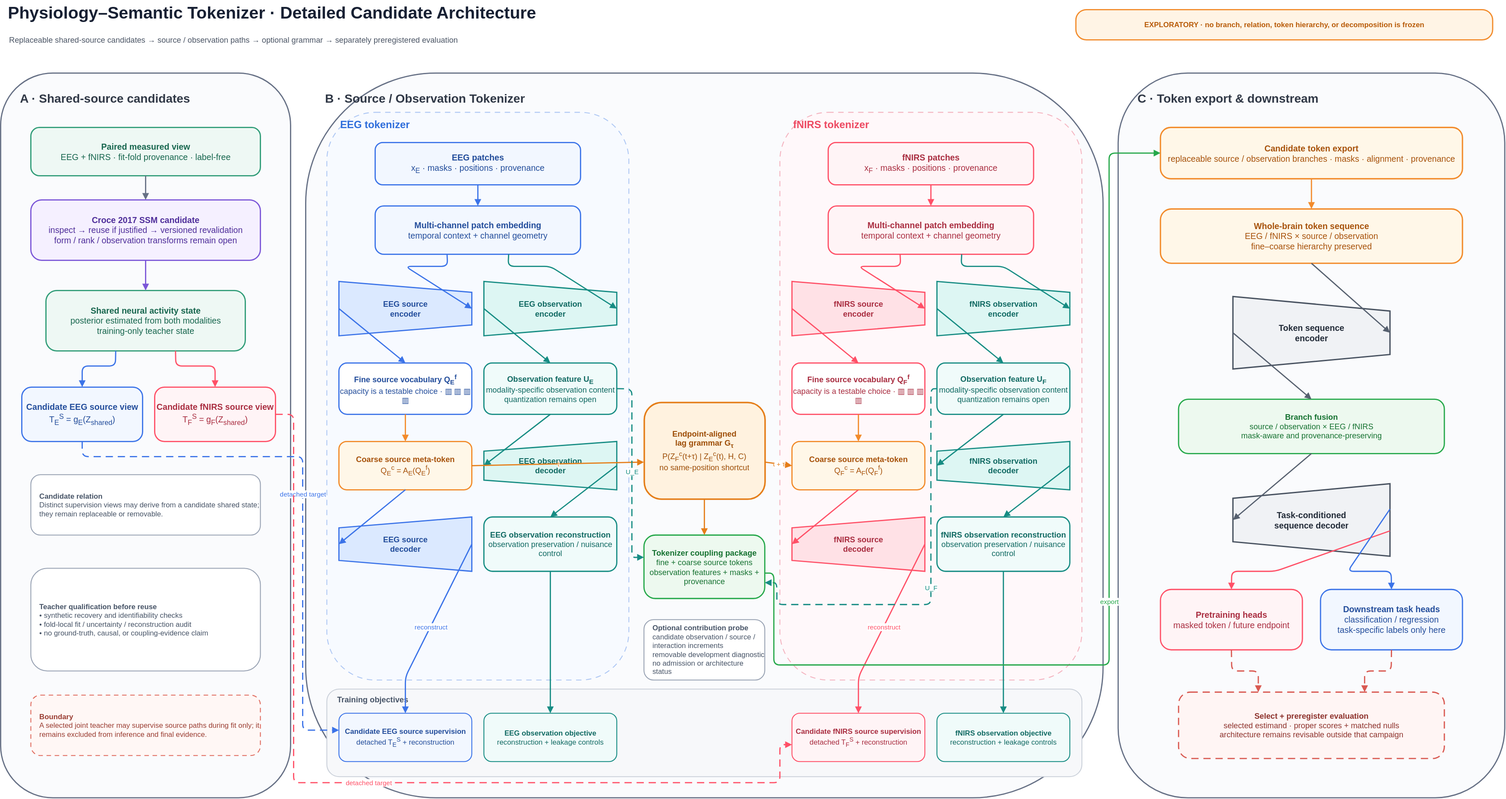
Earlier version of the draw.io export docs/physiology_semantic_tokenizer/figures/physiology_semantic_architecture.svg (Kevin65536/PID-MCM). Source tidied: cells renumbered, new cells last; positions are measured from the earlier drawing's top-left corner, leaving out a move shared by most shapes.
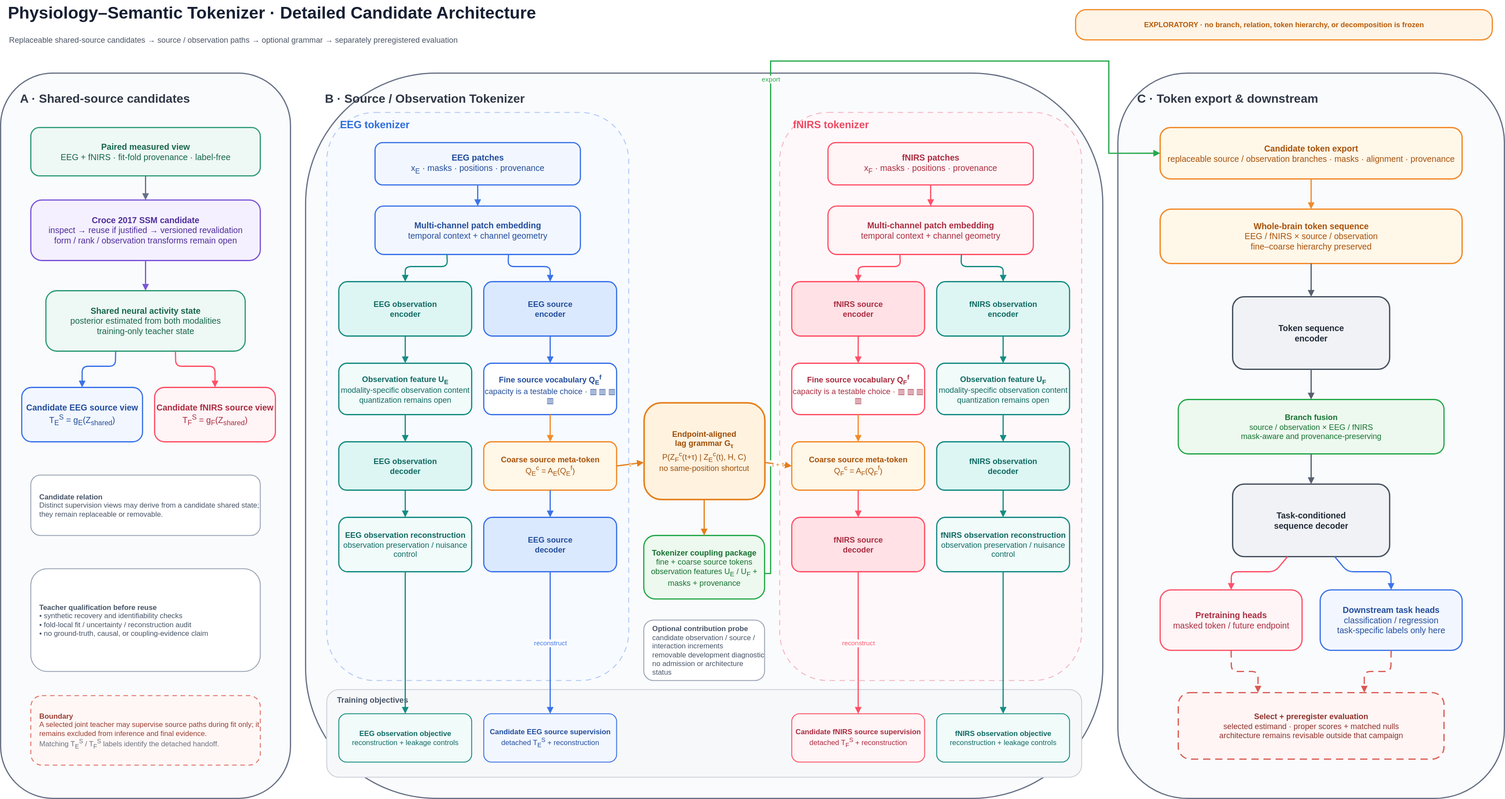
After the change.

Diff of the diagram source:
```diff
@@ -52,4 +52,4 @@
     </mxCell>
-    <mxCell id="18" value="&lt;b&gt;Boundary&lt;/b&gt;&lt;br&gt;A selected joint teacher may supervise source paths during fit only; it remains excluded from inference and final evidence." style="html=1;whiteSpace=wrap;overflow=hidden;fontFamily=Helvetica;rounded=1;arcSize=16;fillColor=#FFF7F5;strokeColor=#E06C5F;strokeWidth=1.5;dashed=1;dashPattern=5 4;align=left;spacingLeft=12;verticalAlign=middle;fontSize=12;fontColor=#9A3D32;" parent="1" vertex="1">
-      <mxGeometry x="50" y="1151" width="380" height="100" as="geometry" />
+    <mxCell id="18" value="&lt;b&gt;Boundary&lt;/b&gt;&lt;br&gt;A selected joint teacher may supervise source paths during fit only; it remains excluded from inference and final evidence.&lt;br&gt;&lt;font color=&quot;#6B7280&quot;&gt;Matching T&lt;sub&gt;E&lt;/sub&gt;&lt;sup&gt;S&lt;/sup&gt; / T&lt;sub&gt;F&lt;/sub&gt;&lt;sup&gt;S&lt;/sup&gt; labels identify the detached handoff.&lt;/font&gt;" style="html=1;whiteSpace=wrap;overflow=hidden;fontFamily=Helvetica;rounded=1;arcSize=16;fillColor=#FFF7F5;strokeColor=#E06C5F;strokeWidth=1.5;dashed=1;dashPattern=5 4;align=left;spacingLeft=12;verticalAlign=middle;fontSize=12;fontColor=#9A3D32;" parent="1" vertex="1">
+      <mxGeometry x="50" y="1151" width="380" height="115" as="geometry" />
     </mxCell>
@@ -73,25 +73,25 @@
     </mxCell>
-    <mxCell id="25" value="EEG source&lt;br&gt;encoder" style="html=1;whiteSpace=wrap;overflow=hidden;fontFamily=Helvetica;shape=trapezoid;perimeter=trapezoidPerimeter;direction=south;fillColor=#DBE9FF;strokeColor=#3B73E8;strokeWidth=2;align=center;verticalAlign=middle;fontSize=13;fontStyle=1;fontColor=#234D9B;" parent="1" vertex="1">
-      <mxGeometry x="560" y="466" width="220" height="90" as="geometry" />
+    <mxCell id="25" value="EEG source&lt;br&gt;encoder" style="html=1;whiteSpace=wrap;overflow=hidden;fontFamily=Helvetica;rounded=1;arcSize=16;fillColor=#DBE9FF;strokeColor=#3B73E8;strokeWidth=2;align=center;verticalAlign=middle;fontSize=13;fontStyle=1;fontColor=#234D9B;" parent="1" vertex="1">
+      <mxGeometry x="800" y="466" width="220" height="90" as="geometry" />
     </mxCell>
-    <mxCell id="26" value="EEG observation&lt;br&gt;encoder" style="html=1;whiteSpace=wrap;overflow=hidden;fontFamily=Helvetica;shape=trapezoid;perimeter=trapezoidPerimeter;direction=south;fillColor=#DDF6F3;strokeColor=#168C83;strokeWidth=2;align=center;verticalAlign=middle;fontSize=13;fontStyle=1;fontColor=#116A63;" parent="1" vertex="1">
-      <mxGeometry x="800" y="466" width="220" height="90" as="geometry" />
+    <mxCell id="26" value="EEG observation&lt;br&gt;encoder" style="html=1;whiteSpace=wrap;overflow=hidden;fontFamily=Helvetica;rounded=1;arcSize=16;fillColor=#DDF6F3;strokeColor=#168C83;strokeWidth=2;align=center;verticalAlign=middle;fontSize=13;fontStyle=1;fontColor=#116A63;" parent="1" vertex="1">
+      <mxGeometry x="560" y="466" width="220" height="90" as="geometry" />
     </mxCell>
     <mxCell id="27" value="&lt;b&gt;Fine source vocabulary Q&lt;sub&gt;E&lt;/sub&gt;&lt;sup&gt;f&lt;/sup&gt;&lt;/b&gt;&lt;br&gt;capacity is a testable choice · ▥ ▥ ▥ ▥" style="html=1;whiteSpace=wrap;overflow=hidden;fontFamily=Helvetica;rounded=1;arcSize=16;fillColor=#FFFFFF;strokeColor=#3B73E8;strokeWidth=2;align=center;verticalAlign=middle;fontSize=13;fontColor=#234D9B;" parent="1" vertex="1">
-      <mxGeometry x="560" y="601" width="220" height="85" as="geometry" />
+      <mxGeometry x="800" y="601" width="220" height="85" as="geometry" />
     </mxCell>
     <mxCell id="28" value="&lt;b&gt;Observation feature U&lt;sub&gt;E&lt;/sub&gt;&lt;/b&gt;&lt;br&gt;modality-specific observation content&lt;br&gt;quantization remains open" style="html=1;whiteSpace=wrap;overflow=hidden;fontFamily=Helvetica;rounded=1;arcSize=16;fillColor=#F0FBFA;strokeColor=#168C83;strokeWidth=2;align=center;verticalAlign=middle;fontSize=13;fontColor=#116A63;" parent="1" vertex="1">
-      <mxGeometry x="800" y="601" width="220" height="85" as="geometry" />
+      <mxGeometry x="560" y="601" width="220" height="85" as="geometry" />
     </mxCell>
     <mxCell id="29" value="&lt;b&gt;Coarse source meta-token&lt;/b&gt;&lt;br&gt;Q&lt;sub&gt;E&lt;/sub&gt;&lt;sup&gt;c&lt;/sup&gt; = A&lt;sub&gt;E&lt;/sub&gt;(Q&lt;sub&gt;E&lt;/sub&gt;&lt;sup&gt;f&lt;/sup&gt;)" style="html=1;whiteSpace=wrap;overflow=hidden;fontFamily=Helvetica;rounded=1;arcSize=16;fillColor=#FFF7E8;strokeColor=#F28B2B;strokeWidth=2;align=center;verticalAlign=middle;fontSize=13;fontColor=#A7520B;" parent="1" vertex="1">
-      <mxGeometry x="560" y="731" width="220" height="80" as="geometry" />
+      <mxGeometry x="800" y="731" width="220" height="80" as="geometry" />
     </mxCell>
-    <mxCell id="30" value="EEG observation&lt;br&gt;decoder" style="html=1;whiteSpace=wrap;overflow=hidden;fontFamily=Helvetica;shape=trapezoid;perimeter=trapezoidPerimeter;direction=north;fillColor=#DDF6F3;strokeColor=#168C83;strokeWidth=2;align=center;verticalAlign=middle;fontSize=13;fontStyle=1;fontColor=#116A63;" parent="1" vertex="1">
-      <mxGeometry x="800" y="731" width="220" height="80" as="geometry" />
+    <mxCell id="30" value="EEG observation&lt;br&gt;decoder" style="html=1;whiteSpace=wrap;overflow=hidden;fontFamily=Helvetica;rounded=1;arcSize=16;fillColor=#DDF6F3;strokeColor=#168C83;strokeWidth=2;align=center;verticalAlign=middle;fontSize=13;fontStyle=1;fontColor=#116A63;" parent="1" vertex="1">
+      <mxGeometry x="560" y="731" width="220" height="80" as="geometry" />
     </mxCell>
-    <mxCell id="31" value="EEG source&lt;br&gt;decoder" style="html=1;whiteSpace=wrap;overflow=hidden;fontFamily=Helvetica;shape=trapezoid;perimeter=trapezoidPerimeter;direction=north;fillColor=#DBE9FF;strokeColor=#3B73E8;strokeWidth=2;align=center;verticalAlign=middle;fontSize=13;fontStyle=1;fontColor=#234D9B;" parent="1" vertex="1">
-      <mxGeometry x="560" y="856" width="220" height="90" as="geometry" />
+    <mxCell id="31" value="EEG source&lt;br&gt;decoder" style="html=1;whiteSpace=wrap;overflow=hidden;fontFamily=Helvetica;rounded=1;arcSize=16;fillColor=#DBE9FF;strokeColor=#3B73E8;strokeWidth=2;align=center;verticalAlign=middle;fontSize=13;fontStyle=1;fontColor=#234D9B;" parent="1" vertex="1">
+      <mxGeometry x="800" y="856" width="220" height="90" as="geometry" />
     </mxCell>
     <mxCell id="32" value="&lt;b&gt;EEG observation reconstruction&lt;/b&gt;&lt;br&gt;observation preservation / nuisance control" style="html=1;whiteSpace=wrap;overflow=hidden;fontFamily=Helvetica;rounded=1;arcSize=16;fillColor=#F0FBFA;strokeColor=#168C83;strokeWidth=2;align=center;verticalAlign=middle;fontSize=13;fontColor=#116A63;" parent="1" vertex="1">
-      <mxGeometry x="800" y="856" width="220" height="90" as="geometry" />
+      <mxGeometry x="560" y="856" width="220" height="90" as="geometry" />
     </mxCell>
@@ -103,6 +103,6 @@
     </mxCell>
-    <mxCell id="35" value="fNIRS source&lt;br&gt;encoder" style="html=1;whiteSpace=wrap;overflow=hidden;fontFamily=Helvetica;shape=trapezoid;perimeter=trapezoidPerimeter;direction=south;fillColor=#FFE1E6;strokeColor=#FF5067;strokeWidth=2;align=center;verticalAlign=middle;fontSize=13;fontStyle=1;fontColor=#A92D40;" parent="1" vertex="1">
+    <mxCell id="35" value="fNIRS source&lt;br&gt;encoder" style="html=1;whiteSpace=wrap;overflow=hidden;fontFamily=Helvetica;rounded=1;arcSize=16;fillColor=#FFE1E6;strokeColor=#FF5067;strokeWidth=2;align=center;verticalAlign=middle;fontSize=13;fontStyle=1;fontColor=#A92D40;" parent="1" vertex="1">
       <mxGeometry x="1310" y="466" width="220" height="90" as="geometry" />
     </mxCell>
-    <mxCell id="36" value="fNIRS observation&lt;br&gt;encoder" style="html=1;whiteSpace=wrap;overflow=hidden;fontFamily=Helvetica;shape=trapezoid;perimeter=trapezoidPerimeter;direction=south;fillColor=#DDF6F3;strokeColor=#168C83;strokeWidth=2;align=center;verticalAlign=middle;fontSize=13;fontStyle=1;fontColor=#116A63;" parent="1" vertex="1">
+    <mxCell id="36" value="fNIRS observation&lt;br&gt;encoder" style="html=1;whiteSpace=wrap;overflow=hidden;fontFamily=Helvetica;rounded=1;arcSize=16;fillColor=#DDF6F3;strokeColor=#168C83;strokeWidth=2;align=center;verticalAlign=middle;fontSize=13;fontStyle=1;fontColor=#116A63;" parent="1" vertex="1">
       <mxGeometry x="1550" y="466" width="220" height="90" as="geometry" />
@@ -118,6 +118,6 @@
     </mxCell>
-    <mxCell id="40" value="fNIRS observation&lt;br&gt;decoder" style="html=1;whiteSpace=wrap;overflow=hidden;fontFamily=Helvetica;shape=trapezoid;perimeter=trapezoidPerimeter;direction=north;fillColor=#DDF6F3;strokeColor=#168C83;strokeWidth=2;align=center;verticalAlign=middle;fontSize=13;fontStyle=1;fontColor=#116A63;" parent="1" vertex="1">
+    <mxCell id="40" value="fNIRS observation&lt;br&gt;decoder" style="html=1;whiteSpace=wrap;overflow=hidden;fontFamily=Helvetica;rounded=1;arcSize=16;fillColor=#DDF6F3;strokeColor=#168C83;strokeWidth=2;align=center;verticalAlign=middle;fontSize=13;fontStyle=1;fontColor=#116A63;" parent="1" vertex="1">
       <mxGeometry x="1550" y="731" width="220" height="80" as="geometry" />
     </mxCell>
-    <mxCell id="41" value="fNIRS source&lt;br&gt;decoder" style="html=1;whiteSpace=wrap;overflow=hidden;fontFamily=Helvetica;shape=trapezoid;perimeter=trapezoidPerimeter;direction=north;fillColor=#FFE1E6;strokeColor=#FF5067;strokeWidth=2;align=center;verticalAlign=middle;fontSize=13;fontStyle=1;fontColor=#A92D40;" parent="1" vertex="1">
+    <mxCell id="41" value="fNIRS source&lt;br&gt;decoder" style="html=1;whiteSpace=wrap;overflow=hidden;fontFamily=Helvetica;rounded=1;arcSize=16;fillColor=#FFE1E6;strokeColor=#FF5067;strokeWidth=2;align=center;verticalAlign=middle;fontSize=13;fontStyle=1;fontColor=#A92D40;" parent="1" vertex="1">
       <mxGeometry x="1310" y="856" width="220" height="90" as="geometry" />
@@ -130,3 +130,3 @@
     </mxCell>
-    <mxCell id="44" value="&lt;b&gt;Tokenizer coupling package&lt;/b&gt;&lt;br&gt;fine + coarse source tokens&lt;br&gt;observation features + masks + provenance" style="html=1;whiteSpace=wrap;overflow=hidden;fontFamily=Helvetica;rounded=1;arcSize=18;fillColor=#EDF9EF;strokeColor=#25A84A;strokeWidth=2;align=center;verticalAlign=middle;fontSize=13;fontColor=#167231;" parent="1" vertex="1">
+    <mxCell id="44" value="&lt;b&gt;Tokenizer coupling package&lt;/b&gt;&lt;br&gt;fine + coarse source tokens&lt;br&gt;observation features U&lt;sub&gt;E&lt;/sub&gt; / U&lt;sub&gt;F&lt;/sub&gt; + masks + provenance" style="html=1;whiteSpace=wrap;overflow=hidden;fontFamily=Helvetica;rounded=1;arcSize=18;fillColor=#EDF9EF;strokeColor=#25A84A;strokeWidth=2;align=center;verticalAlign=middle;fontSize=13;fontColor=#167231;" parent="1" vertex="1">
       <mxGeometry x="1065" y="886" width="200" height="105" as="geometry" />
@@ -143,6 +143,6 @@
     <mxCell id="48" value="&lt;b&gt;Candidate EEG source supervision&lt;/b&gt;&lt;br&gt;detached T&lt;sub&gt;E&lt;/sub&gt;&lt;sup&gt;S&lt;/sup&gt; + reconstruction" style="html=1;whiteSpace=wrap;overflow=hidden;fontFamily=Helvetica;rounded=1;arcSize=16;fillColor=#F2F7FF;strokeColor=#3B73E8;strokeWidth=1.5;align=center;verticalAlign=middle;fontSize=12;fontColor=#234D9B;" parent="1" vertex="1">
-      <mxGeometry x="560" y="1181" width="220" height="80" as="geometry" />
+      <mxGeometry x="800" y="1181" width="220" height="80" as="geometry" />
     </mxCell>
     <mxCell id="49" value="&lt;b&gt;EEG observation objective&lt;/b&gt;&lt;br&gt;reconstruction + leakage controls" style="html=1;whiteSpace=wrap;overflow=hidden;fontFamily=Helvetica;rounded=1;arcSize=16;fillColor=#F0FBFA;strokeColor=#168C83;strokeWidth=1.5;align=center;verticalAlign=middle;fontSize=12;fontColor=#116A63;" parent="1" vertex="1">
-      <mxGeometry x="800" y="1181" width="220" height="80" as="geometry" />
+      <mxGeometry x="560" y="1181" width="220" height="80" as="geometry" />
     </mxCell>
@@ -160,3 +160,3 @@
     </mxCell>
-    <mxCell id="54" value="Token sequence&lt;br&gt;encoder" style="html=1;whiteSpace=wrap;overflow=hidden;fontFamily=Helvetica;shape=trapezoid;perimeter=trapezoidPerimeter;direction=south;fillColor=#F0F2F5;strokeColor=#485260;strokeWidth=2.2;align=center;verticalAlign=middle;fontSize=14;fontStyle=1;fontColor=#222B38;" parent="1" vertex="1">
+    <mxCell id="54" value="Token sequence&lt;br&gt;encoder" style="html=1;whiteSpace=wrap;overflow=hidden;fontFamily=Helvetica;rounded=1;arcSize=16;fillColor=#F0F2F5;strokeColor=#485260;strokeWidth=2.2;align=center;verticalAlign=middle;fontSize=14;fontStyle=1;fontColor=#222B38;" parent="1" vertex="1">
       <mxGeometry x="2040" y="491" width="260" height="120" as="geometry" />
@@ -166,3 +166,3 @@
     </mxCell>
-    <mxCell id="56" value="Task-conditioned&lt;br&gt;sequence decoder" style="html=1;whiteSpace=wrap;overflow=hidden;fontFamily=Helvetica;shape=trapezoid;perimeter=trapezoidPerimeter;direction=north;fillColor=#F0F2F5;strokeColor=#485260;strokeWidth=2.2;align=center;verticalAlign=middle;fontSize=14;fontStyle=1;fontColor=#222B38;" parent="1" vertex="1">
+    <mxCell id="56" value="Task-conditioned&lt;br&gt;sequence decoder" style="html=1;whiteSpace=wrap;overflow=hidden;fontFamily=Helvetica;rounded=1;arcSize=16;fillColor=#F0F2F5;strokeColor=#485260;strokeWidth=2.2;align=center;verticalAlign=middle;fontSize=14;fontStyle=1;fontColor=#222B38;" parent="1" vertex="1">
       <mxGeometry x="2040" y="801" width="260" height="120" as="geometry" />
@@ -203,7 +203,7 @@
     </mxCell>
-    <mxCell id="65" style=" edgeStyle=orthogonalEdgeStyle;rounded=1;jettySize=auto;html=1;strokeColor=#3B73E8;strokeWidth=2;endArrow=block;endFill=1;exitX=0.35;exitY=1;exitDx=0;exitDy=0;entryX=0.5;entryY=0;entryDx=0;entryDy=0;fontFamily=Helvetica;fontSize=11;fontColor=#3B73E8;labelBackgroundColor=#FFFFFF;" parent="1" edge="1" source="24" target="25">
+    <mxCell id="65" style=" edgeStyle=orthogonalEdgeStyle;rounded=1;jettySize=auto;html=1;strokeColor=#3B73E8;strokeWidth=2;endArrow=block;endFill=1;exitX=0.65;exitY=1;exitDx=0;exitDy=0;entryX=0.5;entryY=0;entryDx=0;entryDy=0;fontFamily=Helvetica;fontSize=11;fontColor=#3B73E8;labelBackgroundColor=#FFFFFF;" parent="1" edge="1" source="24" target="25">
       <mxGeometry relative="1" as="geometry">
         <Array as="points">
-          <mxPoint x="740" y="441" />
-          <mxPoint x="670" y="441" />
+          <mxPoint x="840" y="441" />
+          <mxPoint x="910" y="441" />
         </Array>
@@ -211,7 +211,7 @@
     </mxCell>
-    <mxCell id="66" style=" edgeStyle=orthogonalEdgeStyle;rounded=1;jettySize=auto;html=1;strokeColor=#168C83;strokeWidth=2;endArrow=block;endFill=1;exitX=0.65;exitY=1;exitDx=0;exitDy=0;entryX=0.5;entryY=0;entryDx=0;entryDy=0;fontFamily=Helvetica;fontSize=11;fontColor=#168C83;labelBackgroundColor=#FFFFFF;" parent="1" edge="1" source="24" target="26">
+    <mxCell id="66" style=" edgeStyle=orthogonalEdgeStyle;rounded=1;jettySize=auto;html=1;strokeColor=#168C83;strokeWidth=2;endArrow=block;endFill=1;exitX=0.35;exitY=1;exitDx=0;exitDy=0;entryX=0.5;entryY=0;entryDx=0;entryDy=0;fontFamily=Helvetica;fontSize=11;fontColor=#168C83;labelBackgroundColor=#FFFFFF;" parent="1" edge="1" source="24" target="26">
       <mxGeometry relative="1" as="geometry">
         <Array as="points">
-          <mxPoint x="840" y="441" />
-          <mxPoint x="910" y="441" />
+          <mxPoint x="740" y="441" />
+          <mxPoint x="670" y="441" />
         </Array>
@@ -238,16 +238,6 @@
     <mxCell id="73" value="reconstruct" style=" edgeStyle=orthogonalEdgeStyle;rounded=1;jettySize=auto;html=1;strokeColor=#3B73E8;strokeWidth=2;endArrow=block;endFill=1;exitX=0.5;exitY=1;exitDx=0;exitDy=0;entryX=0.5;entryY=0;entryDx=0;entryDy=0;fontFamily=Helvetica;fontSize=11;fontColor=#3B73E8;labelBackgroundColor=#FFFFFF;" parent="1" edge="1" source="31" target="48">
-      <mxGeometry relative="1" as="geometry">
-        <Array as="points">
-          <mxPoint x="670" y="1121" />
-          <mxPoint x="670" y="1161" />
-        </Array>
-      </mxGeometry>
+      <mxGeometry relative="1" as="geometry" />
     </mxCell>
     <mxCell id="74" style=" edgeStyle=orthogonalEdgeStyle;rounded=1;jettySize=auto;html=1;strokeColor=#168C83;strokeWidth=2;endArrow=block;endFill=1;exitX=0.5;exitY=1;exitDx=0;exitDy=0;entryX=0.5;entryY=0;entryDx=0;entryDy=0;fontFamily=Helvetica;fontSize=11;fontColor=#168C83;labelBackgroundColor=#FFFFFF;" parent="1" edge="1" source="32" target="49">
-      <mxGeometry relative="1" as="geometry">
-        <Array as="points">
-          <mxPoint x="910" y="1121" />
-          <mxPoint x="910" y="1161" />
-        </Array>
-      </mxGeometry>
+      <mxGeometry relative="1" as="geometry" />
     </mxCell>
@@ -315,45 +305,8 @@
     </mxCell>
-    <mxCell id="89" value="U_E" style=" edgeStyle=orthogonalEdgeStyle;rounded=1;jettySize=auto;html=1;strokeColor=#168C83;strokeWidth=2;endArrow=block;endFill=1;exitX=1;exitY=0.5;exitDx=0;exitDy=0;entryX=0;entryY=0.35;entryDx=0;entryDy=0;dashed=1;dashPattern=6 4;fontFamily=Helvetica;fontSize=11;fontColor=#168C83;labelBackgroundColor=#FFFFFF;" parent="1" edge="1" source="28" target="44">
-      <mxGeometry relative="1" as="geometry">
-        <Array as="points">
-          <mxPoint x="1045" y="644" />
-          <mxPoint x="1045" y="923" />
-        </Array>
-      </mxGeometry>
-    </mxCell>
-    <mxCell id="90" value="U_F" style=" edgeStyle=orthogonalEdgeStyle;rounded=1;jettySize=auto;html=1;strokeColor=#168C83;strokeWidth=2;endArrow=block;endFill=1;exitX=0;exitY=0.5;exitDx=0;exitDy=0;entryX=1;entryY=0.75;entryDx=0;entryDy=0;dashed=1;dashPattern=6 4;fontFamily=Helvetica;fontSize=11;fontColor=#168C83;labelBackgroundColor=#FFFFFF;" parent="1" edge="1" source="38" target="44">
-      <mxGeometry relative="1" as="geometry">
-        <Array as="points">
-          <mxPoint x="1540" y="644" />
-          <mxPoint x="1540" y="1001" />
-          <mxPoint x="1285" y="1001" />
-          <mxPoint x="1285" y="965" />
-        </Array>
-      </mxGeometry>
-    </mxCell>
-    <mxCell id="91" value="detached target" style="edgeStyle=orthogonalEdgeStyle;rounded=1;jettySize=auto;html=1;strokeColor=#3B73E8;strokeWidth=2;endArrow=block;endFill=1;exitX=0.5;exitY=1;exitDx=0;exitDy=0;entryX=0;entryY=0.35;entryDx=0;entryDy=0;dashed=1;dashPattern=6 4;fontFamily=Helvetica;fontSize=11;fontColor=#3B73E8;labelBackgroundColor=#FFFFFF;" parent="1" edge="1" source="14" target="48">
-      <mxGeometry relative="1" as="geometry">
-        <Array as="points">
-          <mxPoint x="135" y="756" />
-          <mxPoint x="500" y="756" />
-          <mxPoint x="500" y="1209" />
-        </Array>
-      </mxGeometry>
-    </mxCell>
-    <mxCell id="92" value="detached target" style=" edgeStyle=orthogonalEdgeStyle;rounded=1;jettySize=auto;html=1;strokeColor=#FF5067;strokeWidth=2;endArrow=block;endFill=1;exitX=1;exitY=0.5;exitDx=0;exitDy=0;entryX=0;entryY=0.65;entryDx=0;entryDy=0;dashed=1;dashPattern=6 4;fontFamily=Helvetica;fontSize=11;fontColor=#FF5067;labelBackgroundColor=#FFFFFF;" parent="1" edge="1" source="15" target="50">
-      <mxGeometry relative="1" as="geometry">
-        <Array as="points">
-          <mxPoint x="485" y="686" />
-          <mxPoint x="485" y="1296" />
-          <mxPoint x="1290" y="1296" />
-          <mxPoint x="1290" y="1233" />
-        </Array>
-      </mxGeometry>
-    </mxCell>
-    <mxCell id="93" value="export" style="edgeStyle=orthogonalEdgeStyle;rounded=1;jettySize=auto;html=1;strokeColor=#25A84A;strokeWidth=2;endArrow=block;endFill=1;exitX=1;exitY=0.6;exitDx=0;exitDy=0;entryX=0;entryY=0.5;entryDx=0;entryDy=0;fontFamily=Helvetica;fontSize=11;fontColor=#25A84A;labelBackgroundColor=#FFFFFF;" parent="1" edge="1" source="44" target="52">
+    <mxCell id="93" value="export" style="edgeStyle=orthogonalEdgeStyle;rounded=0;jettySize=auto;html=1;strokeColor=#25A84A;strokeWidth=2;endArrow=block;endFill=1;exitX=1;exitY=0.6;exitDx=0;exitDy=0;entryX=0;entryY=0.5;entryDx=0;entryDy=0;fontFamily=Helvetica;fontSize=11;fontColor=#25A84A;labelBackgroundColor=#FFFFFF;jumpStyle=gap;jumpSize=8;" parent="1" edge="1" source="44" target="52">
       <mxGeometry relative="1" as="geometry">
         <Array as="points">
-          <mxPoint x="1280" y="949" />
-          <mxPoint x="1280" y="1101" />
-          <mxPoint x="1835" y="1101" />
+          <mxPoint x="1275" y="949" />
+          <mxPoint x="1275" y="101" />
+          <mxPoint x="1835" y="101" />
           <mxPoint x="1835" y="254" />
```
